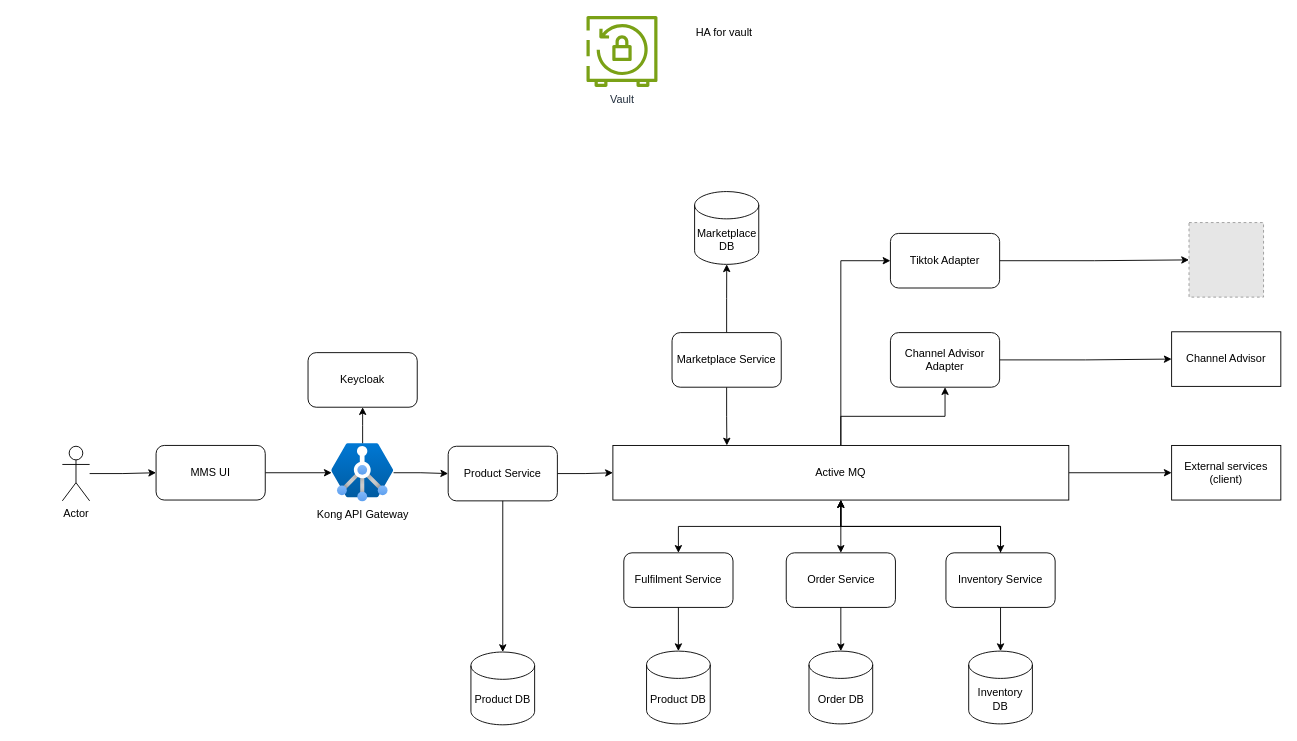
The draw.io diagram page "Page-16" (16 of 16) of hibernate.drawio in minhtran-q/hibernate-knowledge, before the edit. Source tidied: cells renumbered, new cells numbered last; positions are measured from the earlier drawing's top-left corner, leaving out a move shared by most shapes. Both pictures are drawn from the tidied source at 91%, with x=0, y=0 at pixel (62, 15). Pictures stored in the file or linked from it are replaced by grey dashed boxes.
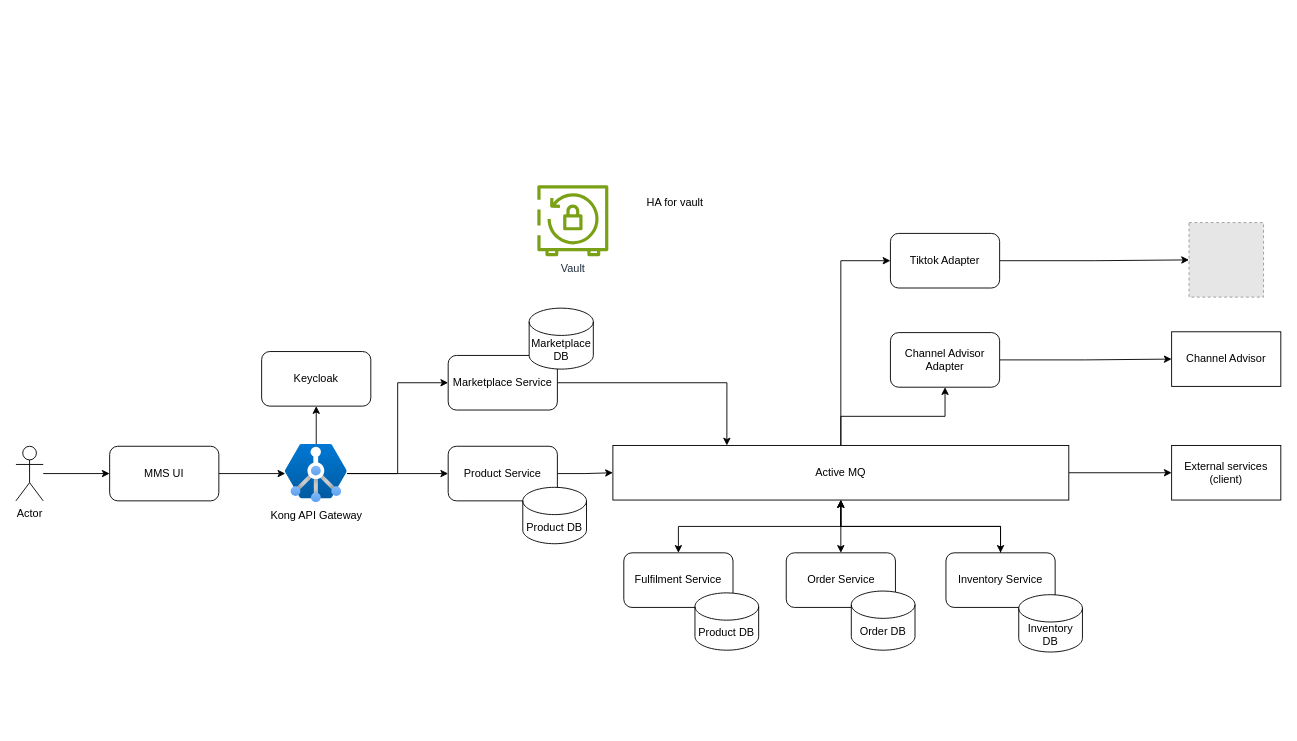
After the change.

Unchanged cells that the change refers to:
```xml
<mxCell id="12" value="Product Service" style="rounded=1;whiteSpace=wrap;html=1;" parent="1" vertex="1">
  <mxGeometry x="424" y="472.9" width="120" height="60" as="geometry" />
</mxCell>
<mxCell id="14" value="&lt;span&gt;&lt;span dir=&quot;ltr&quot; class=&quot;ui-provider a b c d e f g h i j k l m n o p q r s t u v w x y z ab ac ae af ag ah ai aj ak&quot;&gt;Fulfilment Service&lt;/span&gt;&lt;/span&gt;" style="rounded=1;whiteSpace=wrap;html=1;" parent="1" vertex="1">
  <mxGeometry x="617" y="590" width="120" height="60" as="geometry" />
</mxCell>
<mxCell id="20" value="&lt;span&gt;&lt;span dir=&quot;ltr&quot; class=&quot;ui-provider a b c d e f g h i j k l m n o p q r s t u v w x y z ab ac ae af ag ah ai aj ak&quot;&gt;Order Service&lt;/span&gt;&lt;/span&gt;" style="rounded=1;whiteSpace=wrap;html=1;" parent="1" vertex="1">
  <mxGeometry x="795.5" y="590" width="120" height="60" as="geometry" />
</mxCell>
<mxCell id="35" value="&lt;span&gt;&lt;span dir=&quot;ltr&quot; class=&quot;ui-provider a b c d e f g h i j k l m n o p q r s t u v w x y z ab ac ae af ag ah ai aj ak&quot;&gt;Inventory Service&lt;/span&gt;&lt;/span&gt;" style="rounded=1;whiteSpace=wrap;html=1;" parent="1" vertex="1">
  <mxGeometry x="971" y="590" width="120" height="60" as="geometry" />
</mxCell>
```

Diff of the diagram source:
```diff
@@
     <mxCell id="7" value="MMS UI" style="rounded=1;whiteSpace=wrap;html=1;" parent="1" vertex="1">
-      <mxGeometry x="103" y="472" width="120" height="60" as="geometry" />
+      <mxGeometry x="52" y="472.9" width="120" height="60" as="geometry" />
     </mxCell>
@@
+    <mxCell id="44" style="edgeStyle=orthogonalEdgeStyle;rounded=0;jettySize=auto;html=1;entryX=0;entryY=0.5;entryDx=0;entryDy=0;" parent="1" edge="1" source="10" target="17">
+      <mxGeometry relative="1" as="geometry" />
+    </mxCell>
     <mxCell id="10" value="Kong API Gateway" style="image;html=1;points=[];align=center;fontSize=12;image=img/lib/azure2/networking/Application_Gateway_Containers.svg;" parent="1" vertex="1">
-      <mxGeometry x="296" y="469.9" width="68" height="64.2" as="geometry" />
+      <mxGeometry x="245" y="470.8" width="68" height="64.2" as="geometry" />
     </mxCell>
@@
     <mxCell id="13" value="Keycloak" style="rounded=1;whiteSpace=wrap;html=1;" parent="1" vertex="1">
-      <mxGeometry x="270" y="370" width="120" height="60" as="geometry" />
+      <mxGeometry x="219" y="368.8" width="120" height="60" as="geometry" />
     </mxCell>
@@
-    <mxCell id="16" style="edgeStyle=orthogonalEdgeStyle;rounded=0;jettySize=auto;html=1;" parent="1" edge="1" source="17" target="43">
-      <mxGeometry relative="1" as="geometry" />
-    </mxCell>
     <mxCell id="17" value="&lt;span&gt;&lt;span dir=&quot;ltr&quot; class=&quot;ui-provider a b c d e f g h i j k l m n o p q r s t u v w x y z ab ac ae af ag ah ai aj ak&quot;&gt;Marketplace Service&lt;/span&gt;&lt;/span&gt;" style="rounded=1;whiteSpace=wrap;html=1;" parent="1" vertex="1">
-      <mxGeometry x="670" y="348" width="120" height="60" as="geometry" />
+      <mxGeometry x="424" y="373.1" width="120" height="60" as="geometry" />
     </mxCell>
     <mxCell id="18" value="Vault" style="sketch=0;fontColor=#232F3E;gradientColor=none;fillColor=#7AA116;strokeColor=none;dashed=0;verticalLabelPosition=bottom;verticalAlign=top;align=center;html=1;fontSize=12;fontStyle=0;shape=mxgraph.aws4.aws_backup_vault_lock;" parent="1" vertex="1">
-      <mxGeometry x="576" width="78" height="78" as="geometry" />
+      <mxGeometry x="522" y="186" width="78" height="78" as="geometry" />
     </mxCell>
@@
     <mxCell id="29" value="Actor" style="shape=umlActor;verticalLabelPosition=bottom;verticalAlign=top;html=1;outlineConnect=0;" parent="1" vertex="1">
-      <mxGeometry y="472.9" width="30" height="60" as="geometry" />
+      <mxGeometry x="-51" y="472.9" width="30" height="60" as="geometry" />
     </mxCell>
     <mxCell id="30" value="HA for vault" style="text;html=1;align=center;verticalAlign=middle;whiteSpace=wrap;rounded=0;" parent="1" vertex="1">
-      <mxGeometry x="652" y="4" width="151" height="30" as="geometry" />
+      <mxGeometry x="598" y="190" width="151" height="30" as="geometry" />
     </mxCell>
@@
-    <mxCell id="34" style="edgeStyle=orthogonalEdgeStyle;rounded=0;jettySize=auto;html=1;" parent="1" edge="1" source="35" target="39">
-      <mxGeometry relative="1" as="geometry" />
-    </mxCell>
@@
     <mxCell id="36" value="Product DB" style="shape=cylinder3;whiteSpace=wrap;html=1;boundedLbl=1;backgroundOutline=1;size=15;" parent="1" vertex="1">
-      <mxGeometry x="449" y="699" width="70" height="80" as="geometry" />
+      <mxGeometry x="506" y="518" width="70" height="62" as="geometry" />
     </mxCell>
-    <mxCell id="37" style="edgeStyle=orthogonalEdgeStyle;rounded=0;jettySize=auto;html=1;entryX=0.5;entryY=0;entryDx=0;entryDy=0;entryPerimeter=0;" parent="1" edge="1" source="12" target="36">
-      <mxGeometry relative="1" as="geometry" />
-    </mxCell>
     <mxCell id="38" value="Order DB" style="shape=cylinder3;whiteSpace=wrap;html=1;boundedLbl=1;backgroundOutline=1;size=15;" parent="1" vertex="1">
-      <mxGeometry x="820.5" y="698" width="70" height="80" as="geometry" />
+      <mxGeometry x="867" y="632" width="70" height="65" as="geometry" />
     </mxCell>
     <mxCell id="39" value="Inventory DB" style="shape=cylinder3;whiteSpace=wrap;html=1;boundedLbl=1;backgroundOutline=1;size=15;" parent="1" vertex="1">
-      <mxGeometry x="996" y="698" width="70" height="80" as="geometry" />
+      <mxGeometry x="1051" y="636" width="70" height="63" as="geometry" />
     </mxCell>
     <mxCell id="40" value="Product DB" style="shape=cylinder3;whiteSpace=wrap;html=1;boundedLbl=1;backgroundOutline=1;size=15;" parent="1" vertex="1">
-      <mxGeometry x="642" y="698" width="70" height="80" as="geometry" />
+      <mxGeometry x="695.2" y="634" width="70" height="63" as="geometry" />
     </mxCell>
-    <mxCell id="41" style="edgeStyle=orthogonalEdgeStyle;rounded=0;jettySize=auto;html=1;entryX=0.5;entryY=0;entryDx=0;entryDy=0;entryPerimeter=0;" parent="1" edge="1" source="14" target="40">
-      <mxGeometry relative="1" as="geometry" />
-    </mxCell>
-    <mxCell id="42" style="edgeStyle=orthogonalEdgeStyle;rounded=0;jettySize=auto;html=1;entryX=0.5;entryY=0;entryDx=0;entryDy=0;entryPerimeter=0;" parent="1" edge="1" source="20" target="38">
-      <mxGeometry relative="1" as="geometry" />
-    </mxCell>
     <mxCell id="43" value="Marketplace DB" style="shape=cylinder3;whiteSpace=wrap;html=1;boundedLbl=1;backgroundOutline=1;size=15;" parent="1" vertex="1">
-      <mxGeometry x="694.8" y="193" width="70.5" height="80" as="geometry" />
+      <mxGeometry x="513" y="321.1" width="70.5" height="67" as="geometry" />
     </mxCell>
```
